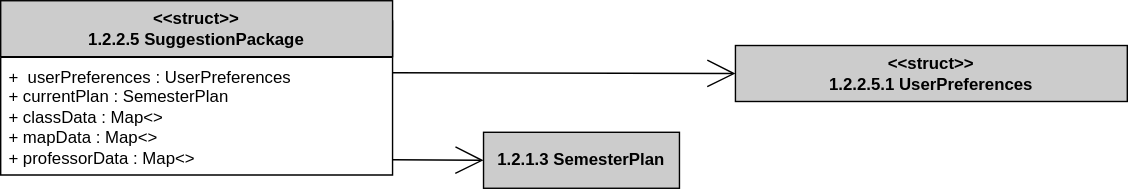
Earlier version of the draw.io export Logic/TeamTwoFiles/1.2.2.5SuggestionPackageClassDiagram.svg (MckennahPalmer/CSE430). Source tidied: cells renumbered, new cells last; positions are measured from the earlier drawing's top-left corner, leaving out a move shared by most shapes. Its diagram source:
```xml
<mxGraphModel>
  <root>
    <mxCell id="0" />
    <mxCell id="1" parent="0" />
    <mxCell id="2" value="1.2.2.5 SuggestionPackage" style="swimlane;fontStyle=1;align=center;verticalAlign=top;horizontal=1;startSize=26;whiteSpace=wrap;html=1;fillColor=#CCCCCC;" parent="1" vertex="1">
      <mxGeometry y="14.5" width="280" height="110" as="geometry" />
    </mxCell>
    <mxCell id="3" value="+&amp;nbsp; userPreferences : UserPreferences&lt;br&gt;+ currentPlan : SemesterPlan&lt;br&gt;+ classData : Map&amp;lt;&amp;gt;&lt;br&gt;+ mapData : Map&amp;lt;&amp;gt;&lt;br&gt;+ professorData : Map&amp;lt;&amp;gt;" style="text;strokeColor=none;fillColor=none;align=left;verticalAlign=top;spacingLeft=4;spacingRight=4;overflow=hidden;points=[[0,0.5,0,0,0],[1,0.13,0,0,0],[1,0.5,0,0,0],[1,0.87,0,0,0]];portConstraint=eastwest;whiteSpace=wrap;html=1;" parent="2" vertex="1">
      <mxGeometry y="26" width="280" height="84" as="geometry" />
    </mxCell>
    <mxCell id="4" value="&lt;b&gt;&amp;lt;&amp;lt;struct&amp;gt;&amp;gt;&lt;br style=&quot;border-color: var(--border-color);&quot;&gt;1.2.2.5 SuggestionPackage&lt;/b&gt;" style="rounded=0;whiteSpace=wrap;html=1;fillColor=#CCCCCC;" parent="1" vertex="1">
      <mxGeometry width="280" height="40" as="geometry" />
    </mxCell>
    <mxCell id="5" value="&lt;b&gt;&amp;lt;&amp;lt;struct&amp;gt;&amp;gt;&lt;br style=&quot;border-color: var(--border-color);&quot;&gt;1.2.2.5.1 UserPreferences&lt;br&gt;&lt;/b&gt;" style="rounded=0;whiteSpace=wrap;html=1;fillColor=#CCCCCC;" parent="1" vertex="1">
      <mxGeometry x="525" y="32" width="280" height="40" as="geometry" />
    </mxCell>
    <mxCell id="6" style="endArrow=open;html=1;rounded=0;entryX=0;entryY=0.5;entryDx=0;entryDy=0;endFill=0;endSize=18;exitX=1;exitY=0.13;exitDx=0;exitDy=0;exitPerimeter=0;" parent="1" edge="1" source="3">
      <mxGeometry relative="1" as="geometry">
        <mxPoint x="525" y="52" as="targetPoint" />
      </mxGeometry>
    </mxCell>
    <mxCell id="7" style="endArrow=open;html=1;rounded=0;endFill=0;endSize=18;exitX=1;exitY=0.87;exitDx=0;exitDy=0;exitPerimeter=0;" parent="1" edge="1" source="3">
      <mxGeometry relative="1" as="geometry">
        <mxPoint x="345" y="114" as="targetPoint" />
      </mxGeometry>
    </mxCell>
    <mxCell id="8" value="1.2.1.3 SemesterPlan" style="rounded=0;whiteSpace=wrap;html=1;fillColor=#CCCCCC;fontStyle=1;" parent="1" vertex="1">
      <mxGeometry x="345" y="94" width="140" height="40" as="geometry" />
    </mxCell>
  </root>
</mxGraphModel>
```
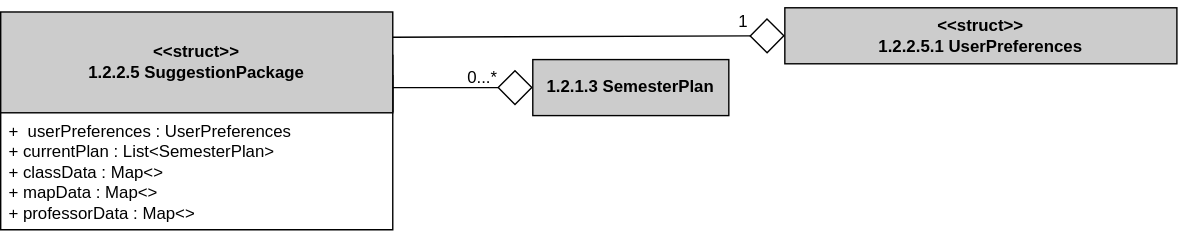
The same file after the commit.

What changed in the source:
```diff
@@ -2,30 +2,43 @@
   <root>
     <mxCell id="0" />
     <mxCell id="1" parent="0" />
+    <mxCell id="5" value="&lt;b&gt;&amp;lt;&amp;lt;struct&amp;gt;&amp;gt;&lt;br style=&quot;border-color: var(--border-color);&quot;&gt;1.2.2.5.1 UserPreferences&lt;br&gt;&lt;/b&gt;" style="rounded=0;whiteSpace=wrap;html=1;fillColor=#CCCCCC;" parent="1" vertex="1">
+      <mxGeometry x="545" y="54" width="280" height="40" as="geometry" />
+    </mxCell>
+    <mxCell id="9" style="endArrow=diamond;html=1;rounded=0;endFill=0;endSize=23;exitX=1;exitY=0.75;exitDx=0;exitDy=0;entryX=0;entryY=0.5;entryDx=0;entryDy=0;" parent="1" edge="1" source="17" target="8">
+      <mxGeometry relative="1" as="geometry" />
+    </mxCell>
+    <mxCell id="8" value="1.2.1.3 SemesterPlan" style="rounded=0;whiteSpace=wrap;html=1;fillColor=#CCCCCC;fontStyle=1;" parent="1" vertex="1">
+      <mxGeometry x="365" y="91" width="140" height="40" as="geometry" />
+    </mxCell>
+    <mxCell id="10" style="group;" parent="1" vertex="1">
+      <mxGeometry x="461" y="49" width="84" height="30" as="geometry" />
+    </mxCell>
+    <mxCell id="11" value="1" style="text;html=1;align=right;verticalAlign=middle;whiteSpace=wrap;rounded=0;" parent="10" vertex="1">
+      <mxGeometry width="60" height="30" as="geometry" />
+    </mxCell>
+    <mxCell id="12" style="endArrow=diamond;html=1;rounded=0;endFill=0;endSize=23;entryX=0;entryY=0.5;entryDx=0;entryDy=0;exitX=1;exitY=0.25;exitDx=0;exitDy=0;" parent="1" edge="1" source="17">
+      <mxGeometry relative="1" as="geometry">
+        <mxPoint x="545" y="74" as="targetPoint" />
+      </mxGeometry>
+    </mxCell>
+    <mxCell id="13" style="group;" parent="1" vertex="1">
+      <mxGeometry x="282" y="89" width="84" height="30" as="geometry" />
+    </mxCell>
+    <mxCell id="14" value="0...*" style="text;html=1;align=right;verticalAlign=middle;whiteSpace=wrap;rounded=0;" parent="13" vertex="1">
+      <mxGeometry width="60" height="30" as="geometry" />
+    </mxCell>
     <mxCell id="2" value="1.2.2.5 SuggestionPackage" style="swimlane;fontStyle=1;align=center;verticalAlign=top;horizontal=1;startSize=26;whiteSpace=wrap;html=1;fillColor=#CCCCCC;" parent="1" vertex="1">
-      <mxGeometry y="14.5" width="280" height="110" as="geometry" />
+      <mxGeometry x="-15" y="102.5" width="280" height="110" as="geometry" />
     </mxCell>
-    <mxCell id="3" value="+&amp;nbsp; userPreferences : UserPreferences&lt;br&gt;+ currentPlan : SemesterPlan&lt;br&gt;+ classData : Map&amp;lt;&amp;gt;&lt;br&gt;+ mapData : Map&amp;lt;&amp;gt;&lt;br&gt;+ professorData : Map&amp;lt;&amp;gt;" style="text;strokeColor=none;fillColor=none;align=left;verticalAlign=top;spacingLeft=4;spacingRight=4;overflow=hidden;points=[[0,0.5,0,0,0],[1,0.13,0,0,0],[1,0.5,0,0,0],[1,0.87,0,0,0]];portConstraint=eastwest;whiteSpace=wrap;html=1;" parent="2" vertex="1">
-      <mxGeometry y="26" width="280" height="84" as="geometry" />
-    </mxCell>
-    <mxCell id="4" value="&lt;b&gt;&amp;lt;&amp;lt;struct&amp;gt;&amp;gt;&lt;br style=&quot;border-color: var(--border-color);&quot;&gt;1.2.2.5 SuggestionPackage&lt;/b&gt;" style="rounded=0;whiteSpace=wrap;html=1;fillColor=#CCCCCC;" parent="1" vertex="1">
-      <mxGeometry width="280" height="40" as="geometry" />
-    </mxCell>
-    <mxCell id="5" value="&lt;b&gt;&amp;lt;&amp;lt;struct&amp;gt;&amp;gt;&lt;br style=&quot;border-color: var(--border-color);&quot;&gt;1.2.2.5.1 UserPreferences&lt;br&gt;&lt;/b&gt;" style="rounded=0;whiteSpace=wrap;html=1;fillColor=#CCCCCC;" parent="1" vertex="1">
-      <mxGeometry x="525" y="32" width="280" height="40" as="geometry" />
-    </mxCell>
-    <mxCell id="6" style="endArrow=open;html=1;rounded=0;entryX=0;entryY=0.5;entryDx=0;entryDy=0;endFill=0;endSize=18;exitX=1;exitY=0.13;exitDx=0;exitDy=0;exitPerimeter=0;" parent="1" edge="1" source="3">
-      <mxGeometry relative="1" as="geometry">
-        <mxPoint x="525" y="52" as="targetPoint" />
-      </mxGeometry>
-    </mxCell>
-    <mxCell id="7" style="endArrow=open;html=1;rounded=0;endFill=0;endSize=18;exitX=1;exitY=0.87;exitDx=0;exitDy=0;exitPerimeter=0;" parent="1" edge="1" source="3">
-      <mxGeometry relative="1" as="geometry">
-        <mxPoint x="345" y="114" as="targetPoint" />
-      </mxGeometry>
-    </mxCell>
-    <mxCell id="8" value="1.2.1.3 SemesterPlan" style="rounded=0;whiteSpace=wrap;html=1;fillColor=#CCCCCC;fontStyle=1;" parent="1" vertex="1">
-      <mxGeometry x="345" y="94" width="140" height="40" as="geometry" />
-    </mxCell>
+    <mxCell id="15" value="+&amp;nbsp; userPreferences : UserPreferences&lt;br&gt;+ currentPlan : List&amp;lt;SemesterPlan&amp;gt;&lt;br&gt;+ classData : Map&amp;lt;&amp;gt;&lt;br&gt;+ mapData : Map&amp;lt;&amp;gt;&lt;br&gt;+ professorData : Map&amp;lt;&amp;gt;" style="text;strokeColor=none;fillColor=none;align=left;verticalAlign=top;spacingLeft=4;spacingRight=4;overflow=hidden;whiteSpace=wrap;html=1;" parent="2" vertex="1">
+      <mxGeometry y="26" width="280" height="84" as="geometry" />
+    </mxCell>
+    <mxCell id="16" value="&lt;b&gt;&amp;lt;&amp;lt;struct&amp;gt;&amp;gt;&lt;br style=&quot;border-color: var(--border-color);&quot;&gt;1.2.2.5 SuggestionPackage&lt;/b&gt;" style="rounded=0;whiteSpace=wrap;html=1;fillColor=#CCCCCC;" parent="1" vertex="1">
+      <mxGeometry x="-15" y="88" width="280" height="40" as="geometry" />
+    </mxCell>
+    <mxCell id="17" value="&lt;b&gt;&amp;lt;&amp;lt;struct&amp;gt;&amp;gt;&lt;br style=&quot;border-color: var(--border-color);&quot;&gt;1.2.2.5 SuggestionPackage&lt;/b&gt;" style="rounded=0;whiteSpace=wrap;html=1;fillColor=#CCCCCC;" parent="1" vertex="1">
+      <mxGeometry x="-15" y="57" width="280" height="72" as="geometry" />
+    </mxCell>
   </root>
 </mxGraphModel>
```
